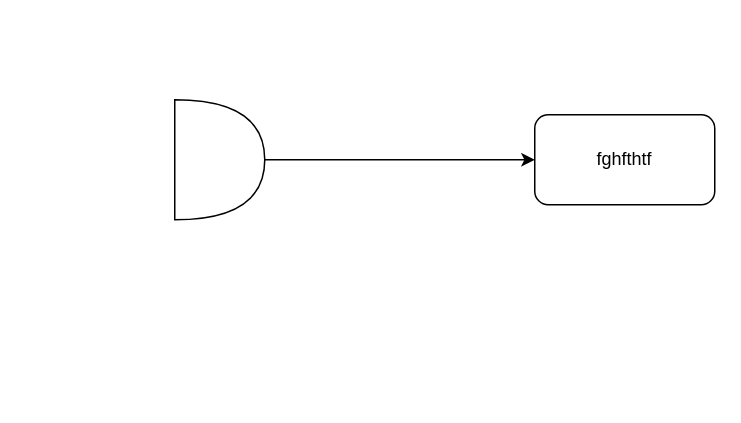
The draw.io diagram de-velar.drawio in AnarchivoLab/de-velar, before the edit. Source tidied: cells renumbered, new cells numbered last; positions are measured from the earlier drawing's top-left corner, leaving out a move shared by most shapes. Both pictures are drawn from the tidied source at 150%, with x=0, y=0 at pixel (174, 99).
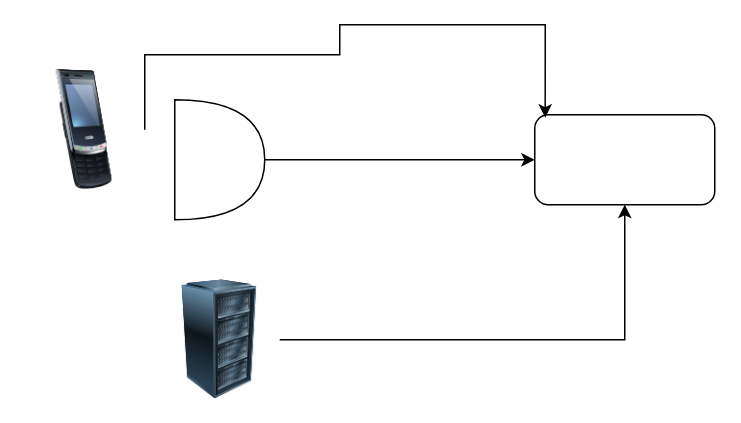
The same page after the edit.

Diff of the diagram source:
```diff
@@
 <mxGraphModel>
   <root>
     <mxCell id="0" />
     <mxCell id="1" parent="0" />
     <mxCell id="2" style="edgeStyle=orthogonalEdgeStyle;rounded=0;jettySize=auto;html=1;exitX=1;exitY=0.5;exitDx=0;exitDy=0;exitPerimeter=0;" parent="1" edge="1" source="3" target="4">
       <mxGeometry relative="1" as="geometry" />
     </mxCell>
     <mxCell id="3" style="shape=or;whiteSpace=wrap;html=1;" parent="1" vertex="1">
       <mxGeometry width="60" height="80" as="geometry" />
     </mxCell>
-    <mxCell id="4" value="fghfthtf" style="rounded=1;whiteSpace=wrap;html=1;" parent="1" vertex="1">
+    <mxCell id="4" style="rounded=1;whiteSpace=wrap;html=1;" parent="1" vertex="1">
       <mxGeometry x="240" y="10" width="120" height="60" as="geometry" />
     </mxCell>
+    <mxCell id="5" style="edgeStyle=orthogonalEdgeStyle;rounded=0;jettySize=auto;html=1;exitX=1;exitY=0.5;exitDx=0;exitDy=0;" parent="1" edge="1" source="6" target="4">
+      <mxGeometry relative="1" as="geometry" />
+    </mxCell>
+    <mxCell id="6" style="image;html=1;image=img/lib/clip_art/computers/Server_Rack_128x128.png;" parent="1" vertex="1">
+      <mxGeometry x="-10" y="120" width="80" height="80" as="geometry" />
+    </mxCell>
+    <mxCell id="7" style="edgeStyle=orthogonalEdgeStyle;rounded=0;jettySize=auto;html=1;exitX=1;exitY=0.5;exitDx=0;exitDy=0;entryX=0.058;entryY=0.033;entryDx=0;entryDy=0;entryPerimeter=0;" parent="1" edge="1" source="8" target="4">
+      <mxGeometry relative="1" as="geometry">
+        <Array as="points">
+          <mxPoint x="-20" y="-30" />
+          <mxPoint x="110" y="-30" />
+          <mxPoint x="110" y="-50" />
+          <mxPoint x="247" y="-50" />
+        </Array>
+      </mxGeometry>
+    </mxCell>
+    <mxCell id="8" style="image;html=1;image=img/lib/clip_art/telecommunication/Cellphone_128x128.png;" parent="1" vertex="1">
+      <mxGeometry x="-100" y="-20" width="80" height="80" as="geometry" />
+    </mxCell>
   </root>
 </mxGraphModel>
```
